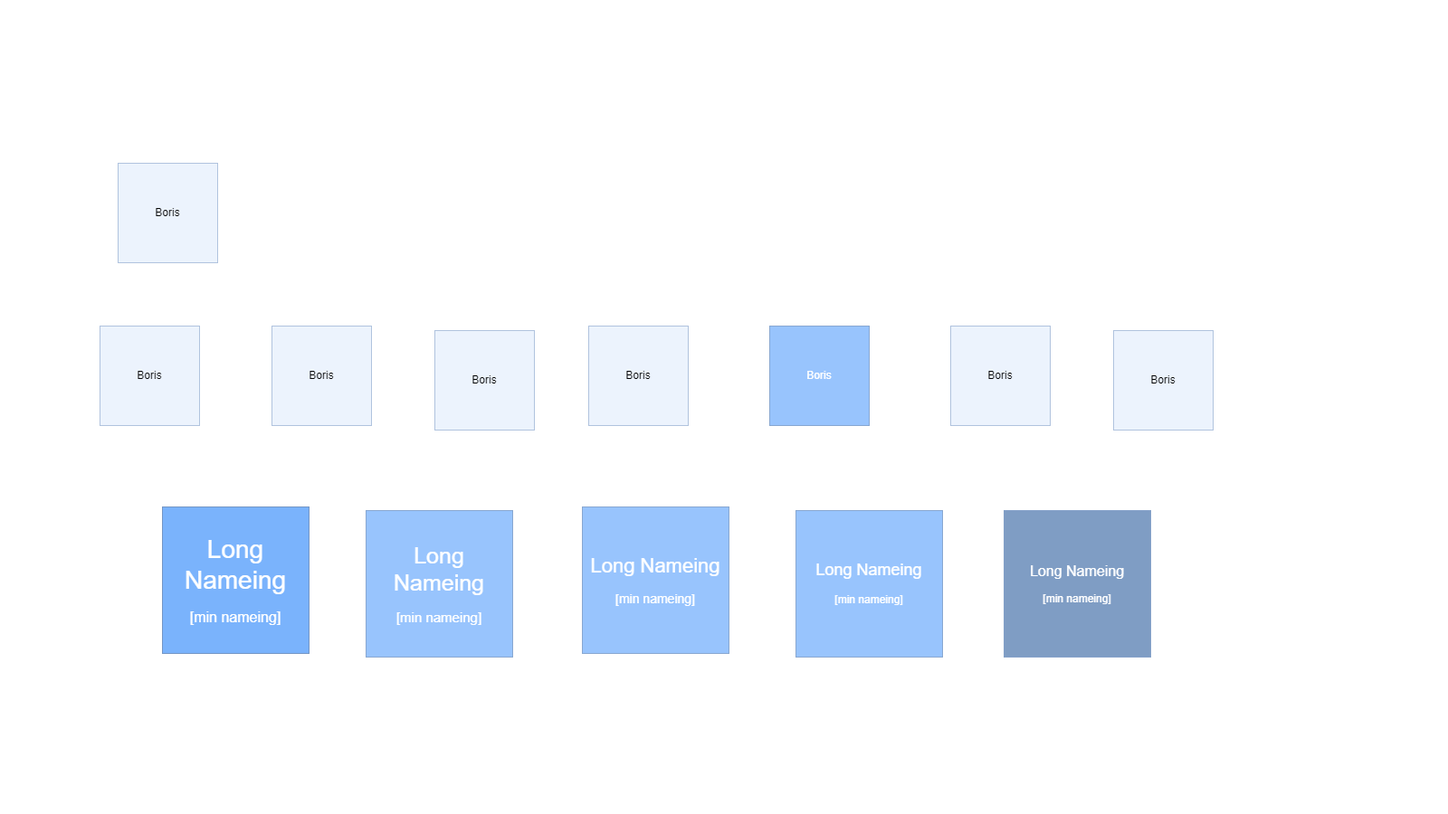
The draw.io diagram .readme/diagrams/client.png in lebedec/farmisto, before a commit. Source tidied: cells renumbered, new cells last; positions are measured from the earlier drawing's top-left corner, leaving out a move shared by most shapes.
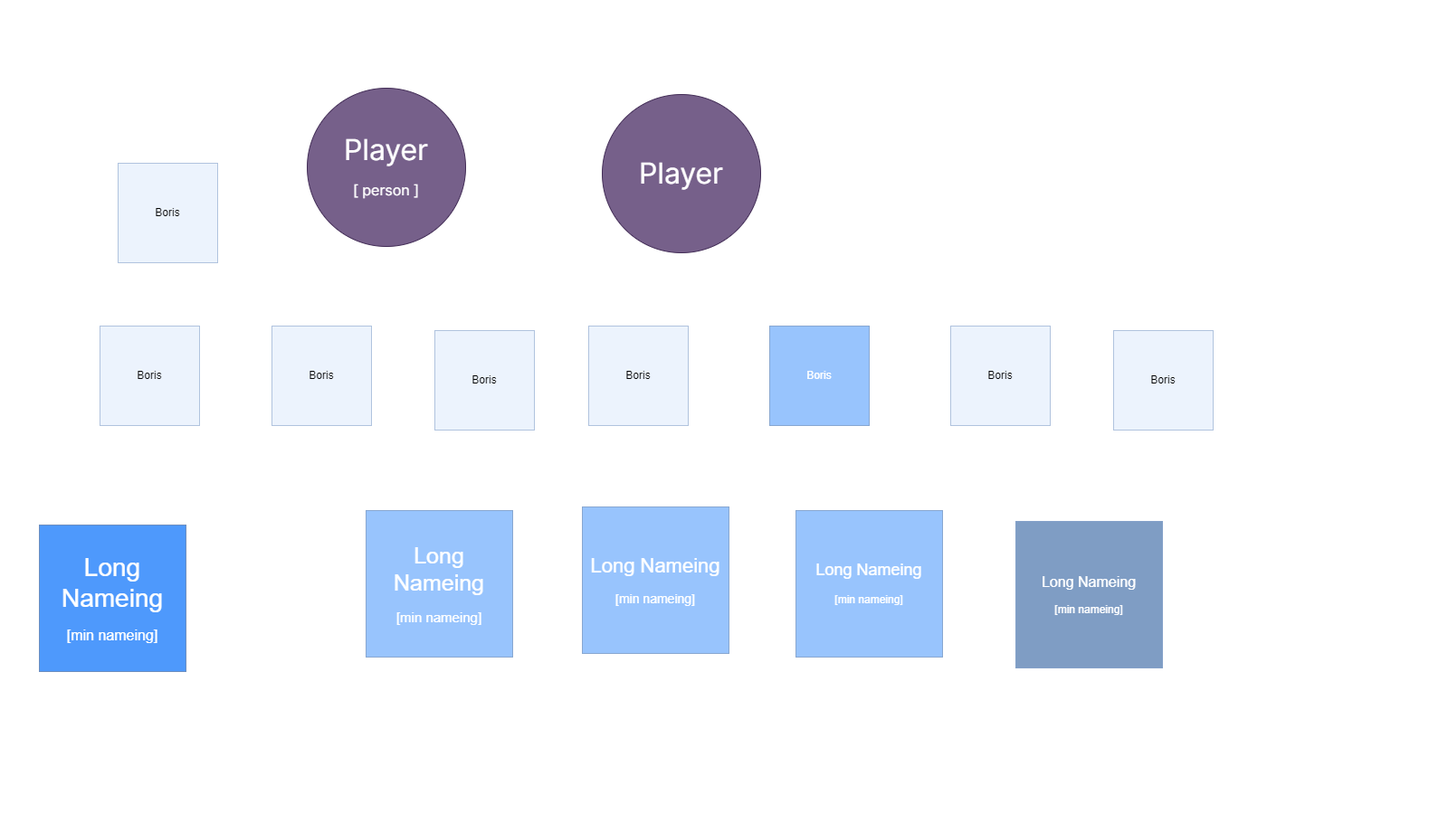
The same diagram one commit later.

Change to the diagram source:
```diff
@@ -29,8 +29,8 @@
     <mxCell id="10" value="&lt;font style=&quot;font-size: 25px;&quot;&gt;Long Nameing&lt;/font&gt;&lt;br&gt;&lt;br&gt;&lt;font style=&quot;font-size: 15px;&quot;&gt;[min nameing]&lt;/font&gt;" style="whiteSpace=wrap;html=1;fillColor=#6CABFC;strokeColor=#6c8ebf;opacity=70;labelBackgroundColor=none;fontColor=#FFFFFF;labelBorderColor=none;" parent="1" vertex="1">
       <mxGeometry x="294" y="384" width="162" height="162" as="geometry" />
     </mxCell>
-    <mxCell id="11" value="&lt;font style=&quot;font-size: 28px;&quot;&gt;Long Nameing&lt;br&gt;&lt;/font&gt;&lt;br&gt;&lt;font style=&quot;font-size: 16px;&quot;&gt;[min nameing]&lt;/font&gt;" style="whiteSpace=wrap;html=1;fillColor=#6CABFC;strokeColor=#6c8ebf;opacity=90;labelBackgroundColor=none;fontColor=#FFFFFF;labelBorderColor=none;" parent="1" vertex="1">
-      <mxGeometry x="69" y="380" width="162" height="162" as="geometry" />
+    <mxCell id="11" value="&lt;font style=&quot;font-size: 28px;&quot;&gt;Long Nameing&lt;br&gt;&lt;/font&gt;&lt;br&gt;&lt;font style=&quot;font-size: 16px;&quot;&gt;[min nameing]&lt;/font&gt;" style="whiteSpace=wrap;html=1;fillColor=#4E99FC;strokeColor=#6c8ebf;labelBackgroundColor=none;fontColor=#FFFFFF;labelBorderColor=none;" parent="1" vertex="1">
+      <mxGeometry x="-67" y="400" width="162" height="162" as="geometry" />
     </mxCell>
     <mxCell id="12" value="&lt;font style=&quot;font-size: 22px;&quot;&gt;Long Nameing&lt;/font&gt;&lt;br&gt;&lt;br&gt;&lt;font style=&quot;font-size: 14px;&quot;&gt;[min nameing]&lt;/font&gt;" style="whiteSpace=wrap;html=1;fillColor=#6CABFC;strokeColor=#6c8ebf;opacity=70;labelBackgroundColor=none;fontColor=#FFFFFF;labelBorderColor=none;" parent="1" vertex="1">
       <mxGeometry x="533" y="380" width="162" height="162" as="geometry" />
@@ -39,7 +39,13 @@
       <mxGeometry x="769" y="384" width="162" height="162" as="geometry" />
     </mxCell>
     <mxCell id="14" value="&lt;font style=&quot;font-size: 16px;&quot;&gt;Long Nameing&lt;/font&gt;&lt;br&gt;&lt;br&gt;[min nameing]" style="whiteSpace=wrap;html=1;fillColor=#4974AB;strokeColor=#6c8ebf;opacity=70;labelBackgroundColor=none;fontColor=#FFFFFF;labelBorderColor=none;" parent="1" vertex="1">
-      <mxGeometry x="999" y="384" width="162" height="162" as="geometry" />
+      <mxGeometry x="1012" y="396" width="162" height="162" as="geometry" />
     </mxCell>
+    <mxCell id="15" value="Player&lt;br&gt;&lt;font style=&quot;font-size: 16px;&quot;&gt;[ person ]&lt;/font&gt;" style="ellipse;whiteSpace=wrap;html=1;strokeColor=#432D57;fontFamily=Inter;fontSource=https%3A%2F%2Ffonts.googleapis.com%2Fcss%3Ffamily%3DInter;fontSize=32;fillColor=#76608a;fontColor=#ffffff;" parent="1" vertex="1">
+      <mxGeometry x="229" y="-83" width="175" height="175" as="geometry" />
+    </mxCell>
+    <mxCell id="16" value="Player" style="ellipse;whiteSpace=wrap;html=1;strokeColor=#432D57;fontFamily=Inter;fontSource=https%3A%2F%2Ffonts.googleapis.com%2Fcss%3Ffamily%3DInter;fontSize=32;fillColor=#76608a;fontColor=#ffffff;" parent="1" vertex="1">
+      <mxGeometry x="555" y="-76" width="175" height="175" as="geometry" />
+    </mxCell>
   </root>
 </mxGraphModel>
```
